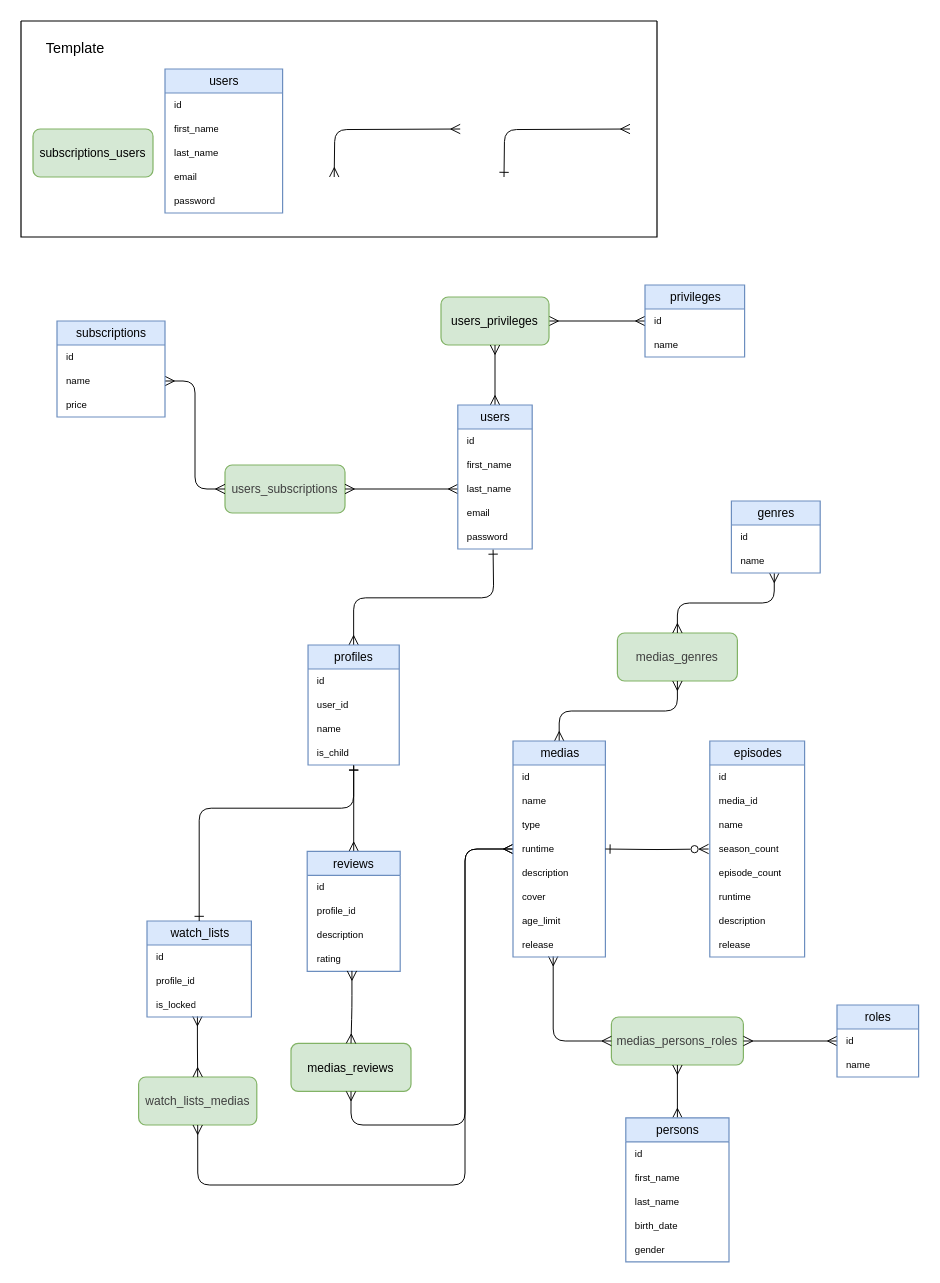
Above: docs/diagrams/logical.drawio in Team-AB-DevOps/ab-dbd25 (draw.io), before the change. Source tidied: cells renumbered, new cells numbered last; positions are measured from the earlier drawing's top-left corner, leaving out a move shared by most shapes. Both pictures are drawn from the tidied source at 120%, with x=0, y=0 at pixel (20, 20).
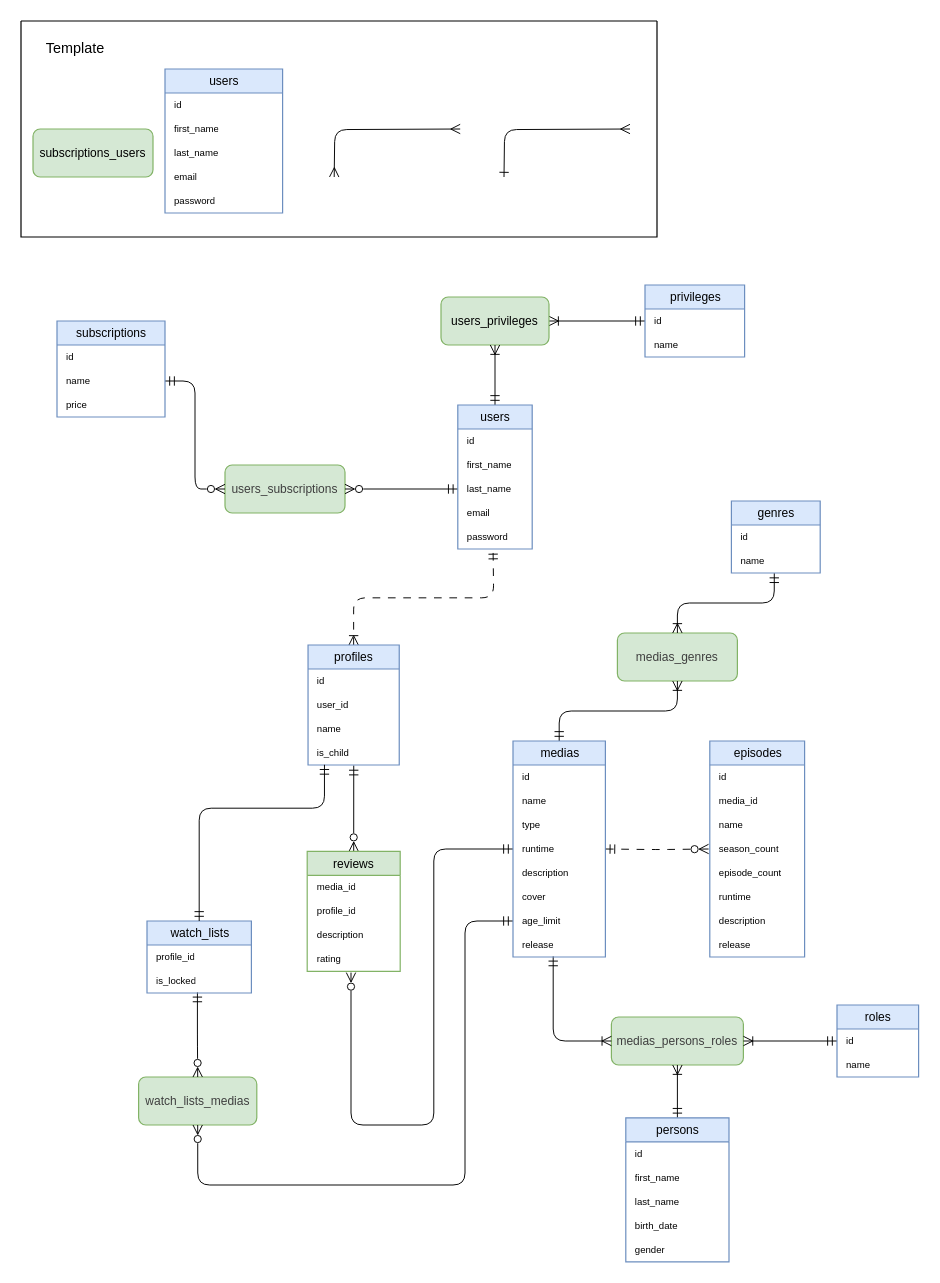
The same page after the edit.

The change refers to these unchanged cells:
```xml
<mxCell id="3" value="&lt;span style=&quot;color: rgb(0, 0, 0);&quot;&gt;&lt;font style=&quot;font-size: 10px;&quot;&gt;users_privileges&lt;/font&gt;&lt;/span&gt;" style="rounded=1;whiteSpace=wrap;html=1;fillColor=#d5e8d4;strokeColor=#82b366;" parent="1" vertex="1">
  <mxGeometry x="350" y="230" width="90" height="40" as="geometry" />
</mxCell>
<mxCell id="5" value="&lt;span style=&quot;color: rgb(63, 63, 63); font-size: 10px;&quot;&gt;users_subscriptions&lt;/span&gt;" style="rounded=1;whiteSpace=wrap;html=1;fillColor=#d5e8d4;strokeColor=#82b366;" parent="1" vertex="1">
  <mxGeometry x="170" y="370" width="100" height="40" as="geometry" />
</mxCell>
<mxCell id="11" value="&lt;span style=&quot;color: rgb(63, 63, 63); font-size: 10px;&quot;&gt;medias_genres&lt;/span&gt;" style="rounded=1;whiteSpace=wrap;html=1;fillColor=#d5e8d4;strokeColor=#82b366;" parent="1" vertex="1">
  <mxGeometry x="497" y="510" width="100" height="40" as="geometry" />
</mxCell>
<mxCell id="12" value="&lt;span style=&quot;color: rgb(63, 63, 63); font-size: 10px;&quot;&gt;watch_lists_medias&lt;/span&gt;" style="rounded=1;whiteSpace=wrap;html=1;fillColor=#d5e8d4;strokeColor=#82b366;" parent="1" vertex="1">
  <mxGeometry x="98" y="880" width="98.5" height="40" as="geometry" />
</mxCell>
<mxCell id="14" value="&lt;span style=&quot;color: rgb(63, 63, 63); font-size: 10px;&quot;&gt;medias_persons_roles&lt;/span&gt;" style="rounded=1;whiteSpace=wrap;html=1;fillColor=#d5e8d4;strokeColor=#82b366;" parent="1" vertex="1">
  <mxGeometry x="492" y="830" width="110" height="40" as="geometry" />
</mxCell>
<mxCell id="38" value="&lt;span style=&quot;font-weight: normal;&quot;&gt;&lt;font style=&quot;font-size: 10px;&quot;&gt;privileges&lt;/font&gt;&lt;/span&gt;" style="shape=table;startSize=20;childLayout=tableLayout;rowLines=0;fontStyle=1;align=center;html=1;fontSize=8;fillColor=#dae8fc;strokeColor=#6c8ebf;swimlaneLine=1;shadow=0;rounded=0;columnLines=1;swimlaneHead=1;swimlaneBody=1;horizontal=1;top=1;bottom=1;left=1;right=1;" parent="1" vertex="1">
  <mxGeometry x="520" y="220" width="83" height="60" as="geometry" />
</mxCell>
<mxCell id="43" value="&lt;span style=&quot;font-weight: normal;&quot;&gt;&lt;font style=&quot;font-size: 10px;&quot;&gt;users&lt;/font&gt;&lt;/span&gt;" style="shape=table;startSize=20;childLayout=tableLayout;rowLines=0;fontStyle=1;align=center;html=1;fontSize=8;fillColor=#dae8fc;strokeColor=#6c8ebf;swimlaneLine=1;shadow=0;rounded=0;columnLines=1;swimlaneHead=1;swimlaneBody=1;horizontal=1;top=1;bottom=1;left=1;right=1;" parent="1" vertex="1">
  <mxGeometry x="364" y="320" width="62" height="120" as="geometry" />
</mxCell>
<mxCell id="48" style="shape=tableRow;horizontal=0;startSize=0;swimlaneHead=0;swimlaneBody=0;fillColor=none;points=[[0,0.5],[1,0.5]];portConstraint=eastwest;top=0;left=0;right=0;bottom=0;" parent="43" vertex="1">
  <mxGeometry y="60" width="62" height="20" as="geometry" />
</mxCell>
<mxCell id="57" style="shape=tableRow;horizontal=0;startSize=0;swimlaneHead=0;swimlaneBody=0;fillColor=none;points=[[0,0.5],[1,0.5]];portConstraint=eastwest;top=0;left=0;right=0;bottom=0;" parent="54" vertex="1">
  <mxGeometry y="40" width="90" height="20" as="geometry" />
</mxCell>
<mxCell id="61" value="&lt;span style=&quot;font-weight: normal;&quot;&gt;&lt;font style=&quot;font-size: 10px;&quot;&gt;profiles&lt;/font&gt;&lt;/span&gt;" style="shape=table;startSize=20;childLayout=tableLayout;rowLines=0;fontStyle=1;align=center;html=1;fontSize=8;fillColor=#dae8fc;strokeColor=#6c8ebf;swimlaneLine=1;shadow=0;rounded=0;columnLines=1;swimlaneHead=1;swimlaneBody=1;horizontal=1;top=1;bottom=1;left=1;right=1;" parent="1" vertex="1">
  <mxGeometry x="239.2" y="520" width="76" height="100" as="geometry" />
</mxCell>
<mxCell id="68" style="shape=tableRow;horizontal=0;startSize=0;swimlaneHead=0;swimlaneBody=0;fillColor=none;points=[[0,0.5],[1,0.5]];portConstraint=eastwest;top=0;left=0;right=0;bottom=0;" parent="61" vertex="1">
  <mxGeometry y="80" width="76" height="20" as="geometry" />
</mxCell>
<mxCell id="73" style="shape=tableRow;horizontal=0;startSize=0;swimlaneHead=0;swimlaneBody=0;fillColor=none;points=[[0,0.5],[1,0.5]];portConstraint=eastwest;top=0;left=0;right=0;bottom=0;" parent="70" vertex="1">
  <mxGeometry y="40" width="74" height="20" as="geometry" />
</mxCell>
<mxCell id="76" style="shape=tableRow;horizontal=0;startSize=0;swimlaneHead=0;swimlaneBody=0;fillColor=none;points=[[0,0.5],[1,0.5]];portConstraint=eastwest;top=0;left=0;right=0;bottom=0;" parent="75" vertex="1">
  <mxGeometry y="20" width="68" height="20" as="geometry" />
</mxCell>
<mxCell id="81" style="shape=tableRow;horizontal=0;startSize=0;swimlaneHead=0;swimlaneBody=0;fillColor=none;top=0;left=0;right=0;bottom=0;" parent="80" vertex="1">
  <mxGeometry y="20" width="77.5" height="20" as="geometry" />
</mxCell>
<mxCell id="87" style="shape=tableRow;horizontal=0;startSize=0;swimlaneHead=0;swimlaneBody=0;fillColor=none;points=[[0,0.5],[1,0.5]];portConstraint=eastwest;top=0;left=0;right=0;bottom=0;" parent="80" vertex="1">
  <mxGeometry y="80" width="77.5" height="20" as="geometry" />
</mxCell>
<mxCell id="96" value="&lt;span style=&quot;font-weight: normal;&quot;&gt;&lt;font style=&quot;font-size: 10px;&quot;&gt;persons&lt;/font&gt;&lt;/span&gt;" style="shape=table;startSize=20;childLayout=tableLayout;rowLines=0;fontStyle=1;align=center;html=1;fontSize=8;fillColor=#dae8fc;strokeColor=#6c8ebf;swimlaneLine=1;shadow=0;rounded=0;columnLines=1;swimlaneHead=1;swimlaneBody=1;horizontal=1;top=1;bottom=1;left=1;right=1;" parent="1" vertex="1">
  <mxGeometry x="504" y="914" width="86" height="120" as="geometry" />
</mxCell>
<mxCell id="107" value="&lt;span style=&quot;font-weight: normal;&quot;&gt;&lt;font style=&quot;font-size: 10px;&quot;&gt;medias&lt;/font&gt;&lt;/span&gt;" style="shape=table;startSize=20;childLayout=tableLayout;rowLines=0;fontStyle=1;align=center;html=1;fontSize=8;fillColor=#dae8fc;strokeColor=#6c8ebf;swimlaneLine=1;shadow=0;rounded=0;columnLines=1;swimlaneHead=1;swimlaneBody=1;horizontal=1;top=1;bottom=1;left=1;right=1;" parent="1" vertex="1">
  <mxGeometry x="410" y="600" width="77" height="180" as="geometry" />
</mxCell>
<mxCell id="114" style="shape=tableRow;horizontal=0;startSize=0;swimlaneHead=0;swimlaneBody=0;fillColor=none;points=[[0,0.5],[1,0.5]];portConstraint=eastwest;top=0;left=0;right=0;bottom=0;" parent="107" vertex="1">
  <mxGeometry y="80" width="77" height="20" as="geometry" />
</mxCell>
<mxCell id="120" style="shape=tableRow;horizontal=0;startSize=0;swimlaneHead=0;swimlaneBody=0;fillColor=none;points=[[0,0.5],[1,0.5]];portConstraint=eastwest;top=0;left=0;right=0;bottom=0;" parent="107" vertex="1">
  <mxGeometry y="140" width="77" height="20" as="geometry" />
</mxCell>
<mxCell id="122" style="shape=tableRow;horizontal=0;startSize=0;swimlaneHead=0;swimlaneBody=0;fillColor=none;points=[[0,0.5],[1,0.5]];portConstraint=eastwest;top=0;left=0;right=0;bottom=0;" parent="107" vertex="1">
  <mxGeometry y="160" width="77" height="20" as="geometry" />
</mxCell>
```

Diff of the diagram source:
```diff
@@
-    <mxCell id="2" style="edgeStyle=orthogonalEdgeStyle;html=1;endArrow=ERmany;endFill=0;startArrow=ERmany;startFill=0;strokeWidth=0.8;entryX=1;entryY=0.5;entryDx=0;entryDy=0;exitX=0;exitY=0.5;exitDx=0;exitDy=0;" parent="1" edge="1" source="38" target="3">
+    <mxCell id="2" style="edgeStyle=orthogonalEdgeStyle;html=1;endArrow=ERoneToMany;endFill=0;startArrow=ERmandOne;startFill=0;strokeWidth=0.8;entryX=1;entryY=0.5;entryDx=0;entryDy=0;exitX=0;exitY=0.5;exitDx=0;exitDy=0;" parent="1" edge="1" source="38" target="3">
       <mxGeometry relative="1" as="geometry" />
     </mxCell>
@@
-    <mxCell id="4" style="edgeStyle=orthogonalEdgeStyle;html=1;endArrow=ERmany;endFill=0;startArrow=ERmany;startFill=0;strokeWidth=0.8;entryX=0.5;entryY=0;entryDx=0;entryDy=0;exitX=0.5;exitY=1;exitDx=0;exitDy=0;" parent="1" edge="1" source="3" target="43">
+    <mxCell id="4" style="edgeStyle=orthogonalEdgeStyle;html=1;endArrow=ERmandOne;endFill=0;startArrow=ERoneToMany;startFill=0;strokeWidth=0.8;entryX=0.5;entryY=0;entryDx=0;entryDy=0;exitX=0.5;exitY=1;exitDx=0;exitDy=0;" parent="1" edge="1" source="3" target="43">
       <mxGeometry relative="1" as="geometry" />
     </mxCell>
@@
-    <mxCell id="6" style="edgeStyle=orthogonalEdgeStyle;html=1;endArrow=ERmany;endFill=0;startArrow=ERmany;startFill=0;strokeWidth=0.8;exitX=0;exitY=0.5;exitDx=0;exitDy=0;entryX=1;entryY=0.5;entryDx=0;entryDy=0;" parent="1" edge="1" source="5" target="57">
+    <mxCell id="6" style="edgeStyle=orthogonalEdgeStyle;html=1;endArrow=ERmandOne;endFill=0;startArrow=ERzeroToMany;startFill=0;strokeWidth=0.8;exitX=0;exitY=0.5;exitDx=0;exitDy=0;entryX=1;entryY=0.5;entryDx=0;entryDy=0;" parent="1" edge="1" source="5" target="57">
       <mxGeometry relative="1" as="geometry" />
     </mxCell>
-    <mxCell id="7" style="edgeStyle=orthogonalEdgeStyle;html=1;endArrow=ERmany;endFill=0;startArrow=ERmany;startFill=0;strokeWidth=0.8;entryX=1;entryY=0.5;entryDx=0;entryDy=0;exitX=0;exitY=0.5;exitDx=0;exitDy=0;" parent="1" edge="1" source="48" target="5">
+    <mxCell id="7" style="edgeStyle=orthogonalEdgeStyle;html=1;endArrow=ERzeroToMany;endFill=0;startArrow=ERmandOne;startFill=0;strokeWidth=0.8;entryX=1;entryY=0.5;entryDx=0;entryDy=0;exitX=0;exitY=0.5;exitDx=0;exitDy=0;" parent="1" edge="1" source="48" target="5">
       <mxGeometry relative="1" as="geometry" />
     </mxCell>
-    <mxCell id="8" style="edgeStyle=orthogonalEdgeStyle;html=1;endArrow=ERone;endFill=0;startArrow=ERmany;startFill=0;strokeWidth=0.8;entryX=0.603;entryY=1.02;entryDx=0;entryDy=0;entryPerimeter=0;exitX=0.5;exitY=0;exitDx=0;exitDy=0;" parent="1" edge="1" source="61">
+    <mxCell id="8" style="edgeStyle=orthogonalEdgeStyle;html=1;endArrow=ERmandOne;endFill=0;startArrow=ERoneToMany;startFill=0;strokeWidth=0.8;entryX=0.603;entryY=1.02;entryDx=0;entryDy=0;entryPerimeter=0;exitX=0.5;exitY=0;exitDx=0;exitDy=0;dashed=1;dashPattern=8 8;" parent="1" edge="1" source="61">
       <mxGeometry relative="1" as="geometry">
         <mxPoint x="393.4" y="440.4" as="targetPoint" />
       </mxGeometry>
     </mxCell>
-    <mxCell id="9" style="edgeStyle=orthogonalEdgeStyle;html=1;endArrow=ERmany;endFill=0;startArrow=ERone;startFill=0;strokeWidth=0.8;exitX=0.501;exitY=1.022;exitDx=0;exitDy=0;exitPerimeter=0;entryX=0.5;entryY=0;entryDx=0;entryDy=0;" parent="1" edge="1" source="68" target="80">
+    <mxCell id="9" style="edgeStyle=orthogonalEdgeStyle;html=1;endArrow=ERzeroToMany;endFill=0;startArrow=ERmandOne;startFill=0;strokeWidth=0.8;exitX=0.501;exitY=1.022;exitDx=0;exitDy=0;exitPerimeter=0;entryX=0.5;entryY=0;entryDx=0;entryDy=0;" parent="1" edge="1" source="68" target="80">
       <mxGeometry relative="1" as="geometry" />
     </mxCell>
@@
-    <mxCell id="13" value="&lt;span style=&quot;color: rgb(0, 0, 0);&quot;&gt;&lt;font style=&quot;font-size: 10px;&quot;&gt;medias_reviews&lt;/font&gt;&lt;/span&gt;" style="rounded=1;whiteSpace=wrap;html=1;fillColor=#d5e8d4;strokeColor=#82b366;" parent="1" vertex="1">
-      <mxGeometry x="225" y="852" width="100" height="40" as="geometry" />
-    </mxCell>
@@
-    <mxCell id="15" style="edgeStyle=orthogonalEdgeStyle;html=1;endArrow=ERmany;endFill=0;startArrow=ERmany;startFill=0;strokeWidth=0.8;exitX=0.483;exitY=0.975;exitDx=0;exitDy=0;exitPerimeter=0;entryX=0.5;entryY=0;entryDx=0;entryDy=0;" parent="1" edge="1" source="94" target="12">
+    <mxCell id="15" style="edgeStyle=orthogonalEdgeStyle;html=1;endArrow=ERzeroToMany;endFill=0;startArrow=ERmandOne;startFill=0;strokeWidth=0.8;exitX=0.483;exitY=0.975;exitDx=0;exitDy=0;exitPerimeter=0;entryX=0.5;entryY=0;entryDx=0;entryDy=0;" parent="1" edge="1" source="94" target="12">
       <mxGeometry relative="1" as="geometry" />
     </mxCell>
-    <mxCell id="16" style="edgeStyle=orthogonalEdgeStyle;html=1;endArrow=ERmany;endFill=0;startArrow=ERmany;startFill=0;strokeWidth=0.8;exitX=0;exitY=0.5;exitDx=0;exitDy=0;entryX=0.5;entryY=1;entryDx=0;entryDy=0;" parent="1" edge="1" source="114" target="12">
+    <mxCell id="16" style="edgeStyle=orthogonalEdgeStyle;html=1;endArrow=ERzeroToMany;endFill=0;startArrow=ERmandOne;startFill=0;strokeWidth=0.8;exitX=0;exitY=0.5;exitDx=0;exitDy=0;entryX=0.5;entryY=1;entryDx=0;entryDy=0;" parent="1" edge="1" source="120" target="12">
       <mxGeometry relative="1" as="geometry">
         <Array as="points">
-          <mxPoint x="370" y="690" />
+          <mxPoint x="370" y="750" />
           <mxPoint x="370" y="970" />
           <mxPoint x="147" y="970" />
         </Array>
       </mxGeometry>
     </mxCell>
-    <mxCell id="17" style="edgeStyle=orthogonalEdgeStyle;html=1;endArrow=ERmany;endFill=0;startArrow=ERmany;startFill=0;strokeWidth=0.8;entryX=0.5;entryY=1;entryDx=0;entryDy=0;exitX=0;exitY=0.5;exitDx=0;exitDy=0;" parent="1" edge="1" source="114" target="13">
+    <mxCell id="17" style="edgeStyle=orthogonalEdgeStyle;html=1;endArrow=ERzeroToMany;endFill=0;startArrow=ERmandOne;startFill=0;strokeWidth=0.8;entryX=0.471;entryY=1.05;entryDx=0;entryDy=0;exitX=0;exitY=0.5;exitDx=0;exitDy=0;entryPerimeter=0;" parent="1" edge="1" source="114" target="87">
       <mxGeometry relative="1" as="geometry">
         <Array as="points">
-          <mxPoint x="370" y="690" />
-          <mxPoint x="370" y="920" />
+          <mxPoint x="344" y="690" />
+          <mxPoint x="344" y="920" />
           <mxPoint x="275" y="920" />
         </Array>
       </mxGeometry>
     </mxCell>
-    <mxCell id="18" style="edgeStyle=orthogonalEdgeStyle;html=1;endArrow=ERmany;endFill=0;startArrow=ERmany;startFill=0;strokeWidth=0.8;entryX=0.483;entryY=1.007;entryDx=0;entryDy=0;exitX=0.5;exitY=0;exitDx=0;exitDy=0;entryPerimeter=0;" parent="1" edge="1" source="11" target="73">
+    <mxCell id="18" style="edgeStyle=orthogonalEdgeStyle;html=1;endArrow=ERmandOne;endFill=0;startArrow=ERoneToMany;startFill=0;strokeWidth=0.8;entryX=0.483;entryY=1.007;entryDx=0;entryDy=0;exitX=0.5;exitY=0;exitDx=0;exitDy=0;entryPerimeter=0;" parent="1" edge="1" source="11" target="73">
       <mxGeometry relative="1" as="geometry" />
     </mxCell>
-    <mxCell id="19" style="edgeStyle=orthogonalEdgeStyle;html=1;endArrow=ERmany;endFill=0;startArrow=ERmany;startFill=0;strokeWidth=0.8;entryX=0.5;entryY=0;entryDx=0;entryDy=0;exitX=0.5;exitY=1;exitDx=0;exitDy=0;" parent="1" edge="1" source="14" target="96">
+    <mxCell id="19" style="edgeStyle=orthogonalEdgeStyle;html=1;endArrow=ERmandOne;endFill=0;startArrow=ERoneToMany;startFill=0;strokeWidth=0.8;entryX=0.5;entryY=0;entryDx=0;entryDy=0;exitX=0.5;exitY=1;exitDx=0;exitDy=0;" parent="1" edge="1" source="14" target="96">
       <mxGeometry relative="1" as="geometry" />
     </mxCell>
-    <mxCell id="20" style="edgeStyle=orthogonalEdgeStyle;html=1;endArrow=ERmany;endFill=0;startArrow=ERmany;startFill=0;strokeWidth=0.8;exitX=0;exitY=0.5;exitDx=0;exitDy=0;entryX=0.435;entryY=0.975;entryDx=0;entryDy=0;entryPerimeter=0;" parent="1" edge="1" source="14" target="122">
+    <mxCell id="20" style="edgeStyle=orthogonalEdgeStyle;html=1;endArrow=ERmandOne;endFill=0;startArrow=ERoneToMany;startFill=0;strokeWidth=0.8;exitX=0;exitY=0.5;exitDx=0;exitDy=0;entryX=0.435;entryY=0.975;entryDx=0;entryDy=0;entryPerimeter=0;" parent="1" edge="1" source="14" target="122">
       <mxGeometry relative="1" as="geometry" />
     </mxCell>
-    <mxCell id="21" style="edgeStyle=orthogonalEdgeStyle;html=1;endArrow=ERmany;endFill=0;startArrow=ERmany;startFill=0;strokeWidth=0.8;exitX=0.5;exitY=1;exitDx=0;exitDy=0;entryX=0.5;entryY=0;entryDx=0;entryDy=0;" parent="1" edge="1" source="11" target="107">
+    <mxCell id="21" style="edgeStyle=orthogonalEdgeStyle;html=1;endArrow=ERmandOne;endFill=0;startArrow=ERoneToMany;startFill=0;strokeWidth=0.8;exitX=0.5;exitY=1;exitDx=0;exitDy=0;entryX=0.5;entryY=0;entryDx=0;entryDy=0;" parent="1" edge="1" source="11" target="107">
       <mxGeometry relative="1" as="geometry" />
     </mxCell>
-    <mxCell id="22" style="edgeStyle=orthogonalEdgeStyle;html=1;endArrow=ERmany;endFill=0;startArrow=ERmany;startFill=0;strokeWidth=0.8;entryX=0;entryY=0.5;entryDx=0;entryDy=0;exitX=1;exitY=0.5;exitDx=0;exitDy=0;" parent="1" edge="1" source="14" target="76">
+    <mxCell id="22" style="edgeStyle=orthogonalEdgeStyle;html=1;endArrow=ERmandOne;endFill=0;startArrow=ERoneToMany;startFill=0;strokeWidth=0.8;entryX=0;entryY=0.5;entryDx=0;entryDy=0;exitX=1;exitY=0.5;exitDx=0;exitDy=0;" parent="1" edge="1" source="14" target="76">
       <mxGeometry relative="1" as="geometry" />
     </mxCell>
@@
-    <mxCell id="80" value="&lt;span style=&quot;font-weight: normal;&quot;&gt;&lt;font style=&quot;font-size: 10px;&quot;&gt;reviews&lt;/font&gt;&lt;/span&gt;" style="shape=table;startSize=20;childLayout=tableLayout;rowLines=0;fontStyle=1;align=center;html=1;fontSize=8;fillColor=#dae8fc;strokeColor=#6c8ebf;swimlaneLine=1;shadow=0;rounded=0;columnLines=1;swimlaneHead=1;swimlaneBody=1;horizontal=1;top=1;bottom=1;left=1;right=1;" parent="1" vertex="1">
+    <mxCell id="80" value="&lt;span style=&quot;font-weight: normal;&quot;&gt;&lt;font style=&quot;font-size: 10px;&quot;&gt;reviews&lt;/font&gt;&lt;/span&gt;" style="shape=table;startSize=20;childLayout=tableLayout;rowLines=0;fontStyle=1;align=center;html=1;fontSize=8;fillColor=#d5e8d4;strokeColor=#82b366;swimlaneLine=1;shadow=0;rounded=0;columnLines=1;swimlaneHead=1;swimlaneBody=1;horizontal=1;top=1;bottom=1;left=1;right=1;" parent="1" vertex="1">
       <mxGeometry x="238.5" y="692" width="77.5" height="100" as="geometry" />
     </mxCell>
@@
-    <mxCell id="82" value="&lt;font&gt;id&lt;/font&gt;" style="shape=partialRectangle;fillColor=none;top=0;left=0;bottom=0;right=0;overflow=hidden;whiteSpace=wrap;html=1;align=left;fontSize=8;spacingLeft=6;" parent="81" vertex="1">
+    <mxCell id="82" value="media_id" style="shape=partialRectangle;fillColor=none;top=0;left=0;bottom=0;right=0;overflow=hidden;whiteSpace=wrap;html=1;align=left;fontSize=8;spacingLeft=6;" parent="81" vertex="1">
       <mxGeometry width="77.5" height="20" as="geometry" />
     </mxCell>
@@
     <mxCell id="89" value="&lt;span style=&quot;font-weight: normal;&quot;&gt;&lt;font style=&quot;font-size: 10px;&quot;&gt;watch_lists&lt;/font&gt;&lt;/span&gt;" style="shape=table;startSize=20;childLayout=tableLayout;rowLines=0;fontStyle=1;align=center;html=1;fontSize=8;fillColor=#dae8fc;strokeColor=#6c8ebf;swimlaneLine=1;shadow=0;rounded=0;columnLines=1;swimlaneHead=1;swimlaneBody=1;horizontal=1;top=1;bottom=1;left=1;right=1;" parent="1" vertex="1">
-      <mxGeometry x="105" y="750" width="87" height="80" as="geometry" />
+      <mxGeometry x="105" y="750" width="87" height="60" as="geometry" />
     </mxCell>
-    <mxCell id="90" style="shape=tableRow;horizontal=0;startSize=0;swimlaneHead=0;swimlaneBody=0;fillColor=none;top=0;left=0;right=0;bottom=0;" parent="89" vertex="1">
-      <mxGeometry y="20" width="87" height="20" as="geometry" />
-    </mxCell>
-    <mxCell id="91" value="&lt;font&gt;id&lt;/font&gt;" style="shape=partialRectangle;fillColor=none;top=0;left=0;bottom=0;right=0;overflow=hidden;whiteSpace=wrap;html=1;align=left;fontSize=8;spacingLeft=6;" parent="90" vertex="1">
-      <mxGeometry width="87" height="20" as="geometry" />
-    </mxCell>
     <mxCell id="92" style="shape=tableRow;horizontal=0;startSize=0;swimlaneHead=0;swimlaneBody=0;fillColor=none;top=0;left=0;right=0;bottom=0;" parent="89" vertex="1">
-      <mxGeometry y="40" width="87" height="20" as="geometry" />
+      <mxGeometry y="20" width="87" height="20" as="geometry" />
     </mxCell>
@@
     <mxCell id="94" style="shape=tableRow;horizontal=0;startSize=0;swimlaneHead=0;swimlaneBody=0;fillColor=none;points=[[0,0.5],[1,0.5]];portConstraint=eastwest;top=0;left=0;right=0;bottom=0;" parent="89" vertex="1">
-      <mxGeometry y="60" width="87" height="20" as="geometry" />
+      <mxGeometry y="40" width="87" height="20" as="geometry" />
     </mxCell>
@@
-    <mxCell id="141" style="edgeStyle=orthogonalEdgeStyle;html=1;endArrow=ERone;endFill=0;startArrow=ERzeroToMany;startFill=0;strokeWidth=0.8;entryX=1;entryY=0.5;entryDx=0;entryDy=0;" parent="1" edge="1" target="114">
+    <mxCell id="141" style="edgeStyle=orthogonalEdgeStyle;html=1;endArrow=ERmandOne;endFill=0;startArrow=ERzeroToMany;startFill=0;strokeWidth=0.8;entryX=1;entryY=0.5;entryDx=0;entryDy=0;dashed=1;dashPattern=8 8;" parent="1" edge="1" target="114">
       <mxGeometry relative="1" as="geometry">
         <mxPoint x="573" y="690" as="sourcePoint" />
       </mxGeometry>
     </mxCell>
-    <mxCell id="142" style="edgeStyle=orthogonalEdgeStyle;html=1;endArrow=ERmany;endFill=0;startArrow=ERmany;startFill=0;strokeWidth=0.8;exitX=0.481;exitY=0.979;exitDx=0;exitDy=0;exitPerimeter=0;entryX=0.5;entryY=0;entryDx=0;entryDy=0;" parent="1" edge="1" source="87" target="13">
-      <mxGeometry relative="1" as="geometry" />
-    </mxCell>
-    <mxCell id="143" style="edgeStyle=orthogonalEdgeStyle;html=1;endArrow=ERone;endFill=0;startArrow=ERone;startFill=0;strokeWidth=0.8;entryX=0.5;entryY=0;entryDx=0;entryDy=0;exitX=0.5;exitY=1.011;exitDx=0;exitDy=0;exitPerimeter=0;" parent="1" edge="1" source="68" target="89">
+    <mxCell id="143" style="edgeStyle=orthogonalEdgeStyle;html=1;endArrow=ERmandOne;endFill=0;startArrow=ERmandOne;startFill=0;strokeWidth=0.8;entryX=0.5;entryY=0;entryDx=0;entryDy=0;exitX=0.18;exitY=0.992;exitDx=0;exitDy=0;exitPerimeter=0;" parent="1" edge="1" source="68" target="89">
       <mxGeometry relative="1" as="geometry">
         <Array as="points">
-          <mxPoint x="277" y="656" />
-          <mxPoint x="148" y="656" />
+          <mxPoint x="253" y="656" />
+          <mxPoint x="149" y="656" />
         </Array>
       </mxGeometry>
     </mxCell>
```
